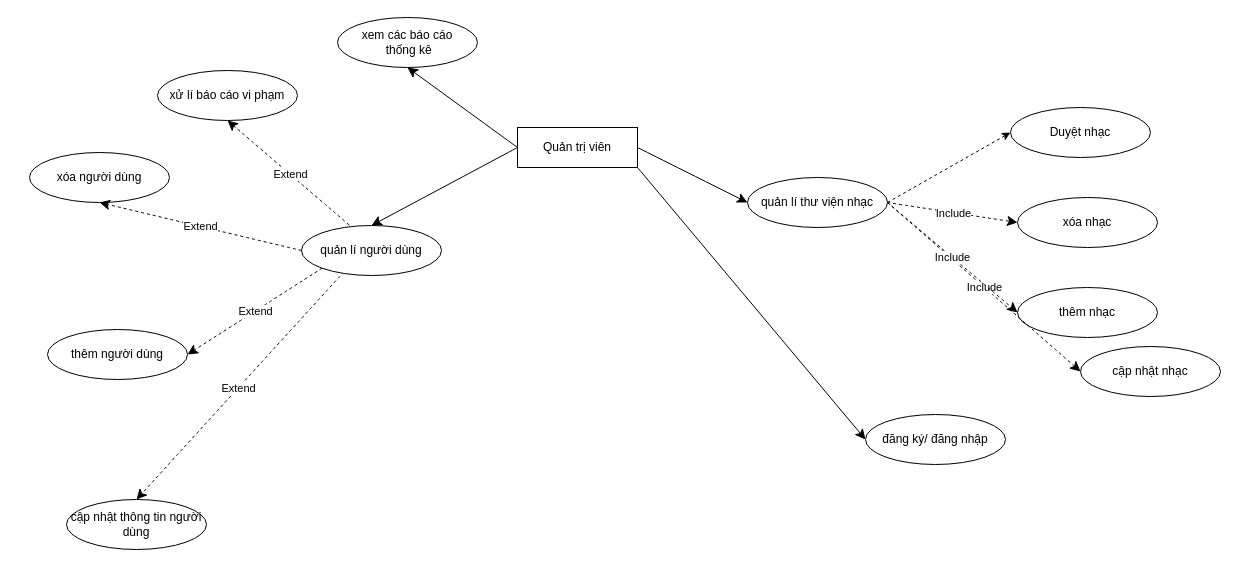
The draw.io diagram Documentation/Diagram Files/UseCase/Phan ra Admin.drawio in myssal/Project1, before the edit. Source tidied: cells renumbered, new cells numbered last; positions are measured from the earlier drawing's top-left corner, leaving out a move shared by most shapes. Both pictures are drawn from the tidied source at 100%, with x=0, y=0 at pixel (29, 17).
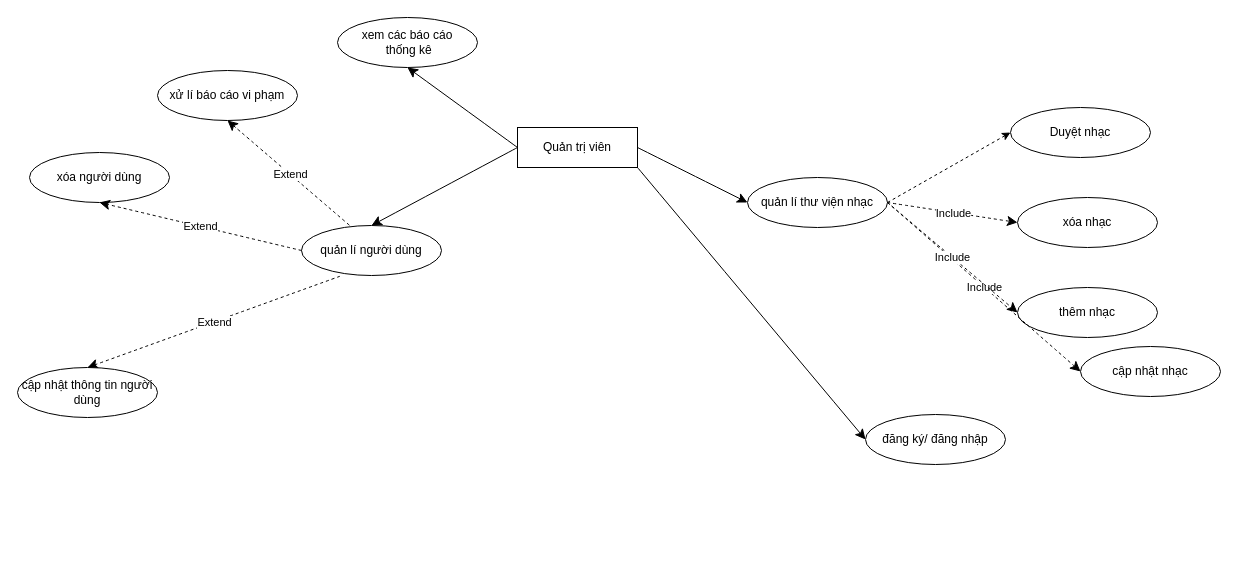
Above is the later version.

Unchanged cells that the change refers to:
```xml
<mxCell id="15" value="quản lí người dùng" style="ellipse;whiteSpace=wrap;html=1;" parent="1" vertex="1">
  <mxGeometry x="272" y="208" width="140" height="50" as="geometry" />
</mxCell>
```

What changed in the source:
```diff
@@
-    <mxCell id="14" value="thêm người dùng" style="ellipse;whiteSpace=wrap;html=1;" parent="1" vertex="1">
-      <mxGeometry x="18" y="312" width="140" height="50" as="geometry" />
-    </mxCell>
@@
     <mxCell id="23" value="cập nhật thông tin người dùng" style="ellipse;whiteSpace=wrap;html=1;" parent="1" vertex="1">
-      <mxGeometry x="37" y="482" width="140" height="50" as="geometry" />
+      <mxGeometry x="-12" y="350" width="140" height="50" as="geometry" />
     </mxCell>
@@
-    <mxCell id="28" style="endArrow=classic;html=1;rounded=0;fontSize=12;startSize=8;endSize=8;curved=1;dashed=1;exitX=0;exitY=1;exitDx=0;exitDy=0;entryX=1;entryY=0.5;entryDx=0;entryDy=0;" parent="1" edge="1" source="15" target="14">
-      <mxGeometry relative="1" as="geometry" />
-    </mxCell>
-    <mxCell id="29" value="Extend" style="edgeLabel;html=1;align=center;verticalAlign=middle;" parent="28" vertex="1">
-      <mxGeometry relative="1" as="geometry" />
-    </mxCell>
```
